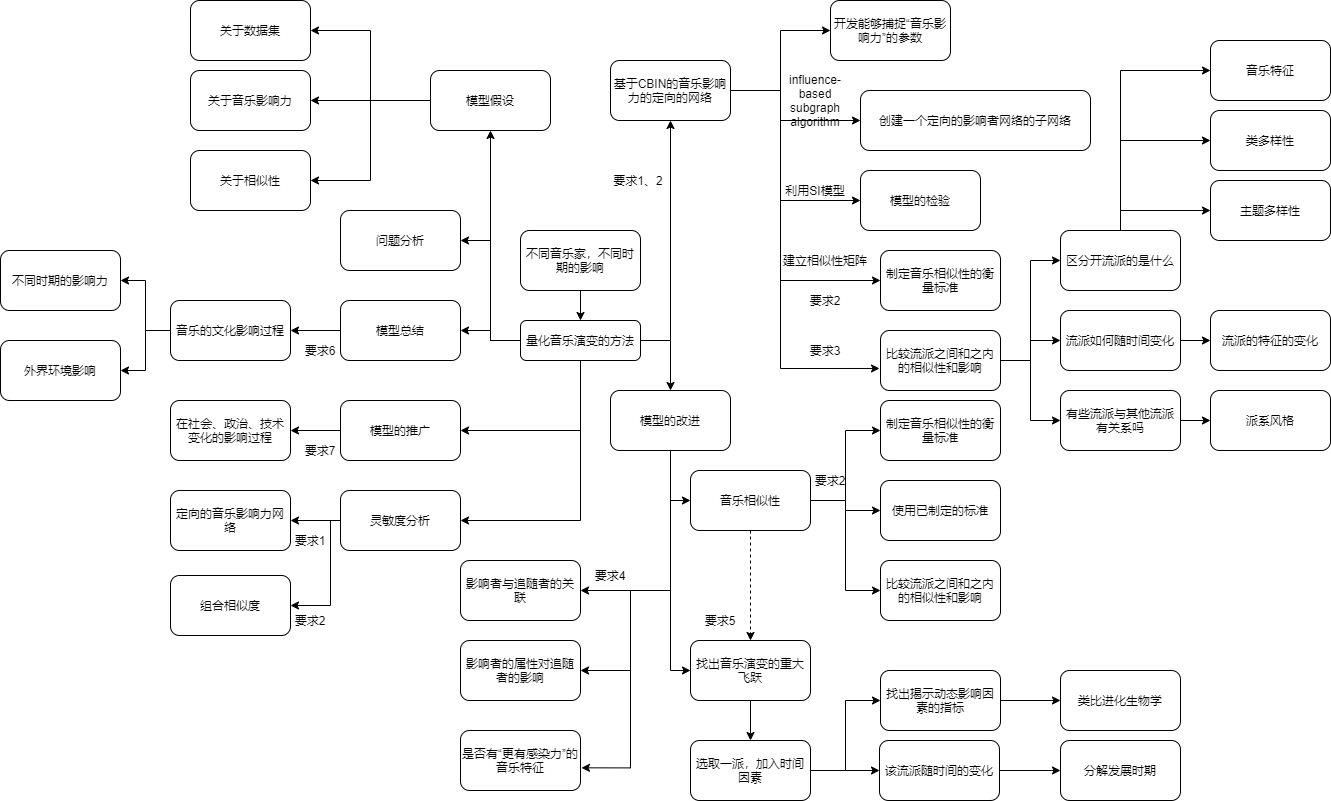
The draw.io diagram graph/mind map1.png in susan120433/distribution-is-all-you-need, before a commit. Source tidied: cells renumbered, new cells last; positions are measured from the earlier drawing's top-left corner, leaving out a move shared by most shapes.
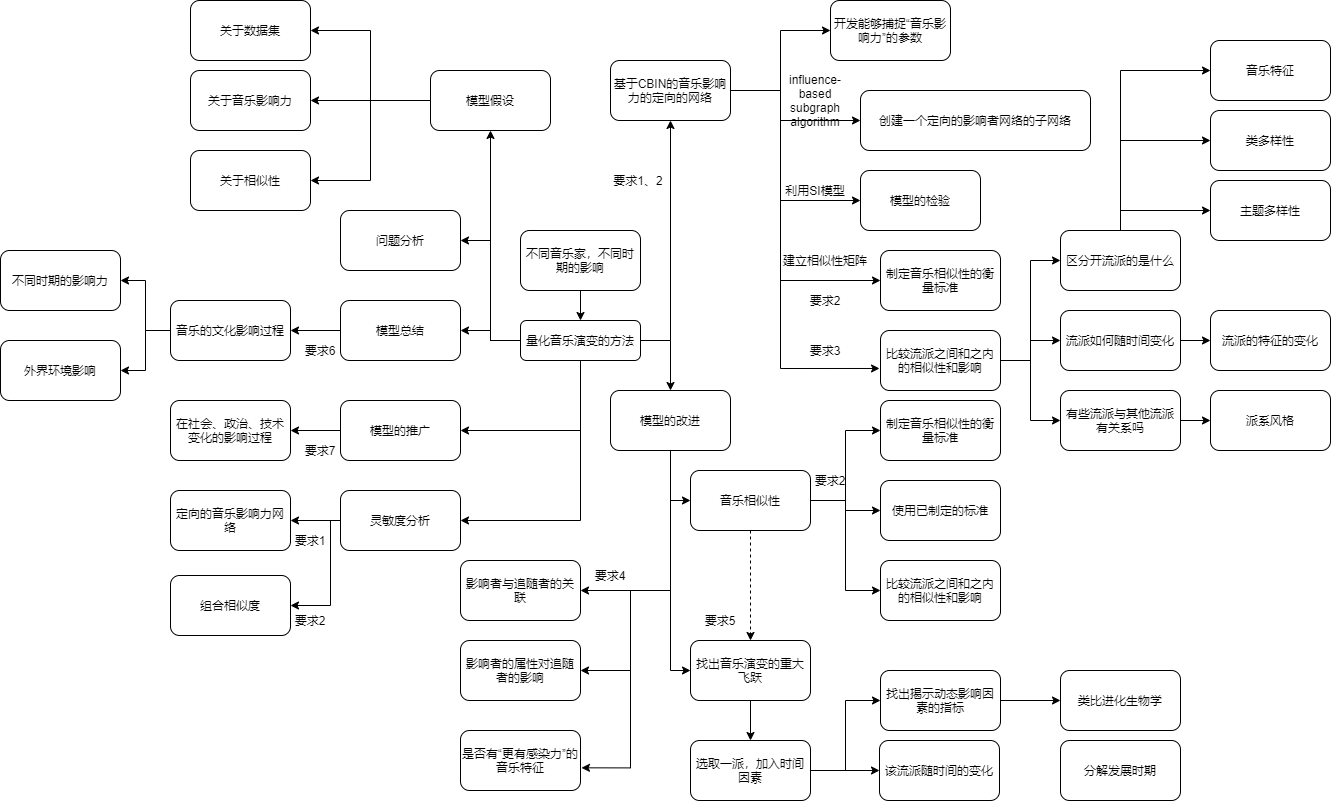
Later version of the same file.

Change to the diagram source:
```diff
@@ -338,9 +338,6 @@
     <mxCell id="98" value="找出揭示动态影响因素的指标" style="rounded=1;whiteSpace=wrap;html=1;" parent="1" vertex="1">
       <mxGeometry x="880" y="670" width="120" height="60" as="geometry" />
     </mxCell>
-    <mxCell id="99" style="edgeStyle=orthogonalEdgeStyle;rounded=0;jettySize=auto;html=1;exitX=1;exitY=0.5;exitDx=0;exitDy=0;entryX=0;entryY=0.5;entryDx=0;entryDy=0;" parent="1" edge="1" source="100" target="102">
-      <mxGeometry relative="1" as="geometry" />
-    </mxCell>
     <mxCell id="100" value="该流派随时间的变化" style="rounded=1;whiteSpace=wrap;html=1;" parent="1" vertex="1">
       <mxGeometry x="879" y="740" width="120" height="60" as="geometry" />
     </mxCell>
```
